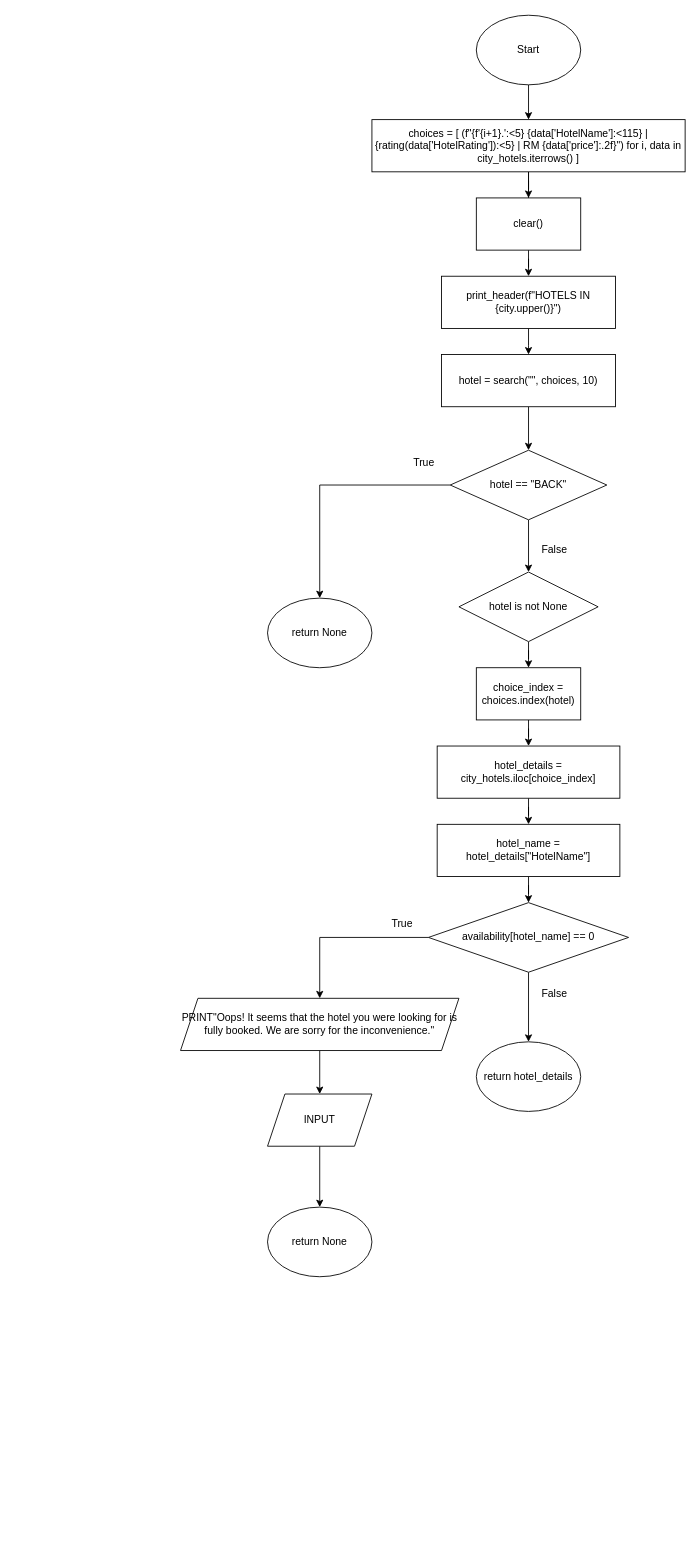
Before: page "select_hotel(city_hotels, availability, city)" (3 of 5) of flowcharts/hotel.drawio in zyyappp/travel-reservation-system, a draw.io diagram. Source tidied: cells renumbered, new cells numbered last; positions are measured from the earlier drawing's top-left corner, leaving out a move shared by most shapes. Both pictures are drawn from the tidied source at 87%, with x=0, y=0 at pixel (180, 15).
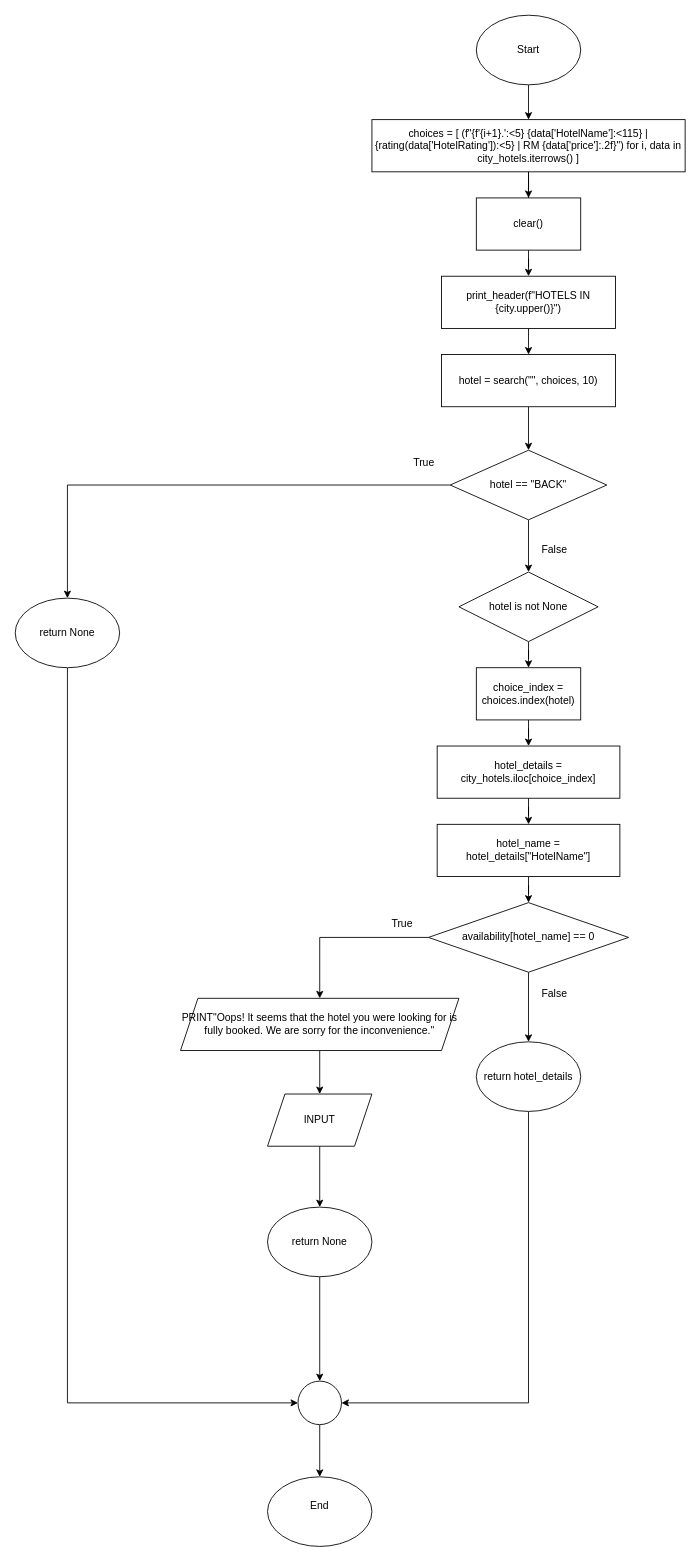
After the change.

The change refers to these unchanged cells:
```xml
<mxCell id="16" value="return None" style="ellipse;whiteSpace=wrap;html=1;shapeInside=1;" parent="1" vertex="1">
  <mxGeometry x="100" y="1370" width="120" height="80" as="geometry" />
</mxCell>
<mxCell id="36" value="return hotel_details" style="ellipse;whiteSpace=wrap;html=1;shapeInside=1;" parent="1" vertex="1">
  <mxGeometry x="340" y="1180" width="120" height="80" as="geometry" />
</mxCell>
```

What changed in the source:
```diff
@@
+    <mxCell id="38" style="edgeStyle=orthogonalEdgeStyle;rounded=0;jettySize=auto;html=1;entryX=0.5;entryY=0;entryDx=0;entryDy=0;" parent="1" edge="1" source="16" target="42">
+      <mxGeometry relative="1" as="geometry" />
+    </mxCell>
@@
+    <mxCell id="39" style="edgeStyle=orthogonalEdgeStyle;rounded=0;jettySize=auto;html=1;entryX=0;entryY=0.5;entryDx=0;entryDy=0;" parent="1" edge="1" source="33" target="42">
+      <mxGeometry relative="1" as="geometry">
+        <Array as="points">
+          <mxPoint x="-130" y="1595" />
+        </Array>
+      </mxGeometry>
+    </mxCell>
     <mxCell id="33" value="return None" style="ellipse;whiteSpace=wrap;html=1;shapeInside=1;" parent="1" vertex="1">
-      <mxGeometry x="100" y="670" width="120" height="80" as="geometry" />
+      <mxGeometry x="-190" y="670" width="120" height="80" as="geometry" />
     </mxCell>
@@
+    <mxCell id="40" style="edgeStyle=orthogonalEdgeStyle;rounded=0;jettySize=auto;html=1;entryX=1;entryY=0.5;entryDx=0;entryDy=0;" parent="1" edge="1" source="36" target="42">
+      <mxGeometry relative="1" as="geometry">
+        <Array as="points">
+          <mxPoint x="400" y="1595" />
+        </Array>
+      </mxGeometry>
+    </mxCell>
@@
+    <mxCell id="41" style="edgeStyle=orthogonalEdgeStyle;rounded=0;jettySize=auto;html=1;" parent="1" edge="1" source="42" target="43">
+      <mxGeometry relative="1" as="geometry" />
+    </mxCell>
+    <mxCell id="42" style="ellipse;whiteSpace=wrap;html=1;shapeInside=1;" parent="1" vertex="1">
+      <mxGeometry x="135" y="1570" width="50" height="50" as="geometry" />
+    </mxCell>
+    <mxCell id="43" value="End&lt;div&gt;&lt;br/&gt;&lt;/div&gt;" style="ellipse;whiteSpace=wrap;html=1;shapeInside=1;" parent="1" vertex="1">
+      <mxGeometry x="100" y="1680" width="120" height="80" as="geometry" />
+    </mxCell>
```
